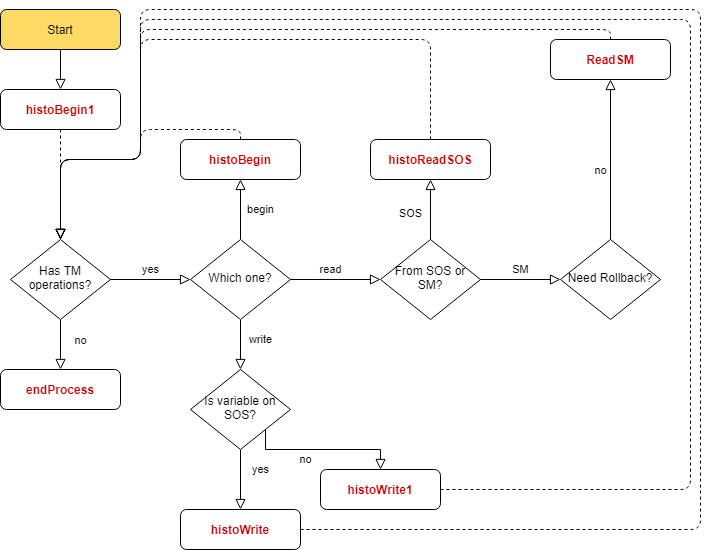
Earlier version of the draw.io export flowchart.png (anonn34968/gtsfortm). Source tidied: cells renumbered, new cells last; positions are measured from the earlier drawing's top-left corner, leaving out a move shared by most shapes.
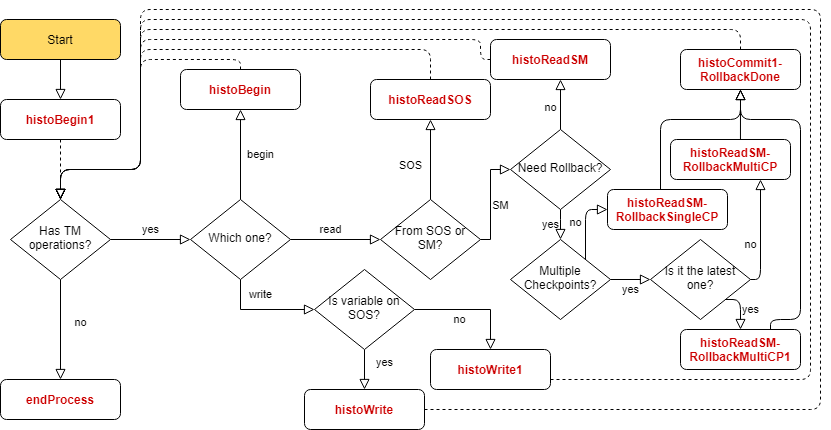
Later version of the same file.

What changed in the source:
```diff
@@ -15,7 +15,7 @@
       <mxGeometry x="-0.14" y="20" relative="1" as="geometry" />
     </mxCell>
     <mxCell id="6" value="Has TM operations?" style="rhombus;whiteSpace=wrap;html=1;shadow=0;fontFamily=Helvetica;fontSize=12;align=center;strokeWidth=1;spacing=6;spacingTop=-4;" parent="1" vertex="1">
-      <mxGeometry x="10" y="230" width="100" height="80" as="geometry" />
+      <mxGeometry x="10" y="180" width="100" height="80" as="geometry" />
     </mxCell>
     <mxCell id="7" value="endProcess" style="rounded=1;whiteSpace=wrap;html=1;fontSize=12;glass=0;strokeWidth=1;shadow=0;fontStyle=1;fontColor=#CC0000;" parent="1" vertex="1">
       <mxGeometry y="360" width="120" height="40" as="geometry" />
@@ -23,54 +23,63 @@
     <mxCell id="8" value="read" style="edgeStyle=orthogonalEdgeStyle;rounded=0;jettySize=auto;html=1;shadow=0;labelBackgroundColor=none;fontColor=#000000;endArrow=block;endFill=0;endSize=8;strokeWidth=1;" parent="1" edge="1" source="11" target="14">
       <mxGeometry x="-0.11" y="10" relative="1" as="geometry" />
     </mxCell>
-    <mxCell id="9" value="write" style="edgeStyle=orthogonalEdgeStyle;rounded=0;jettySize=auto;html=1;shadow=0;labelBackgroundColor=none;fontColor=#000000;endArrow=block;endFill=0;endSize=8;strokeWidth=1;" parent="1" edge="1" source="11" target="17">
-      <mxGeometry x="-0.2" y="20" relative="1" as="geometry" />
+    <mxCell id="9" value="write" style="edgeStyle=orthogonalEdgeStyle;rounded=0;jettySize=auto;html=1;shadow=0;labelBackgroundColor=none;fontColor=#000000;endArrow=block;endFill=0;endSize=8;strokeWidth=1;entryX=0;entryY=0.5;entryDx=0;entryDy=0;" parent="1" edge="1" source="11" target="17">
+      <mxGeometry x="-0.71" y="20" relative="1" as="geometry">
+        <Array as="points">
+          <mxPoint x="240" y="290" />
+        </Array>
+      </mxGeometry>
     </mxCell>
     <mxCell id="10" value="begin" style="edgeStyle=orthogonalEdgeStyle;rounded=0;jettySize=auto;html=1;shadow=0;labelBackgroundColor=none;endArrow=block;endFill=0;endSize=8;strokeColor=#000000;strokeWidth=1;entryX=0.5;entryY=1;entryDx=0;entryDy=0;" parent="1" edge="1" source="11" target="31">
       <mxGeometry y="-20" relative="1" as="geometry" />
     </mxCell>
     <mxCell id="11" value="Which one?" style="rhombus;whiteSpace=wrap;html=1;shadow=0;fontFamily=Helvetica;fontSize=12;align=center;strokeWidth=1;spacing=6;spacingTop=-4;" parent="1" vertex="1">
-      <mxGeometry x="190" y="230" width="100" height="80" as="geometry" />
+      <mxGeometry x="190" y="180" width="100" height="80" as="geometry" />
     </mxCell>
     <mxCell id="12" value="SOS" style="edgeStyle=orthogonalEdgeStyle;rounded=0;jettySize=auto;html=1;shadow=0;labelBackgroundColor=none;fontColor=#000000;endArrow=block;endFill=0;endSize=8;strokeWidth=1;exitX=0.5;exitY=0;exitDx=0;exitDy=0;" parent="1" edge="1" source="14" target="21">
       <mxGeometry x="-0.14" y="20" relative="1" as="geometry" />
     </mxCell>
     <mxCell id="13" value="SM" style="edgeStyle=orthogonalEdgeStyle;rounded=0;jettySize=auto;html=1;shadow=0;labelBackgroundColor=none;fontColor=#000000;endArrow=block;endFill=0;endSize=8;strokeWidth=1;" parent="1" edge="1" source="14" target="23">
-      <mxGeometry y="10" relative="1" as="geometry" />
+      <mxGeometry x="-0.11" y="-10" relative="1" as="geometry">
+        <Array as="points">
+          <mxPoint x="490" y="220" />
+          <mxPoint x="490" y="150" />
+        </Array>
+      </mxGeometry>
     </mxCell>
     <mxCell id="14" value="From SOS or SM?" style="rhombus;whiteSpace=wrap;html=1;shadow=0;fontFamily=Helvetica;fontSize=12;align=center;strokeWidth=1;spacing=6;spacingTop=-4;" parent="1" vertex="1">
-      <mxGeometry x="380" y="230" width="100" height="80" as="geometry" />
+      <mxGeometry x="380" y="180" width="100" height="80" as="geometry" />
     </mxCell>
     <mxCell id="15" value="yes" style="edgeStyle=orthogonalEdgeStyle;rounded=0;jettySize=auto;html=1;shadow=0;labelBackgroundColor=none;endArrow=block;endFill=0;endSize=8;strokeWidth=1;" parent="1" edge="1" source="17" target="27">
       <mxGeometry x="-0.33" y="20" relative="1" as="geometry" />
     </mxCell>
-    <mxCell id="16" value="no" style="edgeStyle=orthogonalEdgeStyle;rounded=0;jettySize=auto;html=1;exitX=1;exitY=1;exitDx=0;exitDy=0;entryX=0.5;entryY=0;entryDx=0;entryDy=0;shadow=0;labelBackgroundColor=none;fontColor=#000000;endArrow=block;endFill=0;endSize=8;strokeWidth=1;" parent="1" edge="1" source="17" target="29">
+    <mxCell id="16" value="no" style="edgeStyle=orthogonalEdgeStyle;rounded=0;jettySize=auto;html=1;exitX=1;exitY=0.5;exitDx=0;exitDy=0;entryX=0.5;entryY=0;entryDx=0;entryDy=0;shadow=0;labelBackgroundColor=none;fontColor=#000000;endArrow=block;endFill=0;endSize=8;strokeWidth=1;" parent="1" edge="1" source="17" target="29">
       <mxGeometry x="-0.23" y="-10" relative="1" as="geometry">
         <Array as="points">
-          <mxPoint x="265" y="440" />
-          <mxPoint x="380" y="440" />
+          <mxPoint x="490" y="290" />
         </Array>
       </mxGeometry>
     </mxCell>
     <mxCell id="17" value="Is variable on SOS?" style="rhombus;whiteSpace=wrap;html=1;shadow=0;fontFamily=Helvetica;fontSize=12;align=center;strokeWidth=1;spacing=6;spacingTop=-4;" parent="1" vertex="1">
-      <mxGeometry x="190" y="360" width="100" height="80" as="geometry" />
+      <mxGeometry x="314" y="250" width="100" height="80" as="geometry" />
     </mxCell>
-    <mxCell id="18" style="edgeStyle=orthogonalEdgeStyle;rounded=1;jettySize=auto;html=1;shadow=0;labelBackgroundColor=none;fontColor=#CC0000;endArrow=block;endFill=0;endSize=8;strokeWidth=1;entryX=0.5;entryY=0;entryDx=0;entryDy=0;dashed=1;" parent="1" edge="1" source="19" target="6">
+    <mxCell id="18" style="edgeStyle=orthogonalEdgeStyle;rounded=1;jettySize=auto;html=1;shadow=0;labelBackgroundColor=none;fontColor=#CC0000;endArrow=block;endFill=0;endSize=8;strokeWidth=1;entryX=0.5;entryY=0;entryDx=0;entryDy=0;dashed=1;exitX=0;exitY=0.5;exitDx=0;exitDy=0;" parent="1" edge="1" source="19" target="6">
       <mxGeometry relative="1" as="geometry">
         <Array as="points">
-          <mxPoint x="610" y="20" />
+          <mxPoint x="480" y="40" />
+          <mxPoint x="480" y="20" />
           <mxPoint x="140" y="20" />
           <mxPoint x="140" y="150" />
           <mxPoint x="60" y="150" />
         </Array>
       </mxGeometry>
     </mxCell>
-    <mxCell id="19" value="ReadSM" style="rounded=1;whiteSpace=wrap;html=1;fontSize=12;glass=0;strokeWidth=1;shadow=0;fontColor=#CC0000;fontStyle=1;" parent="1" vertex="1">
-      <mxGeometry x="550" y="30" width="120" height="40" as="geometry" />
+    <mxCell id="19" value="histoReadSM" style="rounded=1;whiteSpace=wrap;html=1;fontSize=12;glass=0;strokeWidth=1;shadow=0;fontColor=#CC0000;fontStyle=1;" parent="1" vertex="1">
+      <mxGeometry x="490" y="20" width="120" height="40" as="geometry" />
     </mxCell>
     <mxCell id="20" style="edgeStyle=orthogonalEdgeStyle;rounded=1;jettySize=auto;html=1;shadow=0;dashed=1;labelBackgroundColor=none;fontColor=#CC0000;endArrow=block;endFill=0;endSize=8;strokeWidth=1;" parent="1" edge="1" source="21">
       <mxGeometry relative="1" as="geometry">
-        <mxPoint x="60" y="230" as="targetPoint" />
+        <mxPoint x="60" y="180" as="targetPoint" />
         <Array as="points">
           <mxPoint x="430" y="30" />
           <mxPoint x="140" y="30" />
@@ -80,13 +89,21 @@
       </mxGeometry>
     </mxCell>
     <mxCell id="21" value="histoReadSOS" style="rounded=1;whiteSpace=wrap;html=1;fontSize=12;glass=0;strokeWidth=1;shadow=0;fontStyle=1;fontColor=#CC0000;" parent="1" vertex="1">
-      <mxGeometry x="370" y="130" width="120" height="40" as="geometry" />
+      <mxGeometry x="370" y="60" width="120" height="40" as="geometry" />
     </mxCell>
     <mxCell id="22" value="no" style="edgeStyle=orthogonalEdgeStyle;rounded=0;jettySize=auto;html=1;shadow=0;labelBackgroundColor=none;fontColor=#000000;endArrow=block;endFill=0;endSize=8;strokeWidth=1;" parent="1" edge="1" source="23" target="19">
-      <mxGeometry x="-0.14" y="10" relative="1" as="geometry" />
+      <mxGeometry x="-0.14" y="10" relative="1" as="geometry">
+        <Array as="points">
+          <mxPoint x="560" y="70" />
+          <mxPoint x="560" y="70" />
+        </Array>
+      </mxGeometry>
     </mxCell>
+    <mxCell id="32" value="yes" style="edgeStyle=orthogonalEdgeStyle;rounded=1;jettySize=auto;html=1;shadow=0;labelBackgroundColor=none;fontColor=#000000;endArrow=block;endFill=0;endSize=8;strokeColor=#000000;strokeWidth=1;" parent="1" edge="1" source="23" target="35">
+      <mxGeometry y="10" relative="1" as="geometry" />
+    </mxCell>
     <mxCell id="23" value="Need Rollback?" style="rhombus;whiteSpace=wrap;html=1;shadow=0;fontFamily=Helvetica;fontSize=12;align=center;strokeWidth=1;spacing=6;spacingTop=-4;" parent="1" vertex="1">
-      <mxGeometry x="560" y="230" width="100" height="80" as="geometry" />
+      <mxGeometry x="510" y="110" width="100" height="80" as="geometry" />
     </mxCell>
     <mxCell id="24" style="edgeStyle=orthogonalEdgeStyle;rounded=1;jettySize=auto;html=1;shadow=0;dashed=1;labelBackgroundColor=none;fontColor=#000000;endArrow=block;endFill=0;endSize=8;strokeColor=#000000;strokeWidth=1;" parent="1" edge="1" source="25" target="6">
       <mxGeometry relative="1" as="geometry" />
@@ -96,45 +113,116 @@
     </mxCell>
     <mxCell id="26" style="edgeStyle=orthogonalEdgeStyle;rounded=1;jettySize=auto;html=1;exitX=1;exitY=0.5;exitDx=0;exitDy=0;shadow=0;dashed=1;labelBackgroundColor=none;fontColor=#CC0000;endArrow=block;endFill=0;endSize=8;strokeWidth=1;" parent="1" edge="1" source="27">
       <mxGeometry relative="1" as="geometry">
-        <mxPoint x="60" y="230" as="targetPoint" />
+        <mxPoint x="60" y="180" as="targetPoint" />
         <Array as="points">
-          <mxPoint x="700" y="520" />
-          <mxPoint x="700" />
-          <mxPoint x="140" />
+          <mxPoint x="820" y="390" />
+          <mxPoint x="820" y="-10" />
+          <mxPoint x="140" y="-10" />
           <mxPoint x="140" y="150" />
           <mxPoint x="60" y="150" />
         </Array>
       </mxGeometry>
     </mxCell>
     <mxCell id="27" value="histoWrite" style="rounded=1;whiteSpace=wrap;html=1;fontSize=12;glass=0;strokeWidth=1;shadow=0;fontColor=#CC0000;fontStyle=1;" parent="1" vertex="1">
-      <mxGeometry x="180" y="500" width="120" height="40" as="geometry" />
+      <mxGeometry x="304" y="370" width="120" height="40" as="geometry" />
     </mxCell>
-    <mxCell id="28" style="edgeStyle=orthogonalEdgeStyle;rounded=1;jettySize=auto;html=1;exitX=1;exitY=0.5;exitDx=0;exitDy=0;entryX=0.5;entryY=0;entryDx=0;entryDy=0;shadow=0;dashed=1;labelBackgroundColor=none;fontColor=#CC0000;endArrow=block;endFill=0;endSize=8;strokeWidth=1;" parent="1" edge="1" source="29" target="6">
+    <mxCell id="28" style="edgeStyle=orthogonalEdgeStyle;rounded=1;jettySize=auto;html=1;entryX=0.5;entryY=0;entryDx=0;entryDy=0;shadow=0;dashed=1;labelBackgroundColor=none;fontColor=#CC0000;endArrow=block;endFill=0;endSize=8;strokeWidth=1;" parent="1" edge="1" target="6">
       <mxGeometry relative="1" as="geometry">
+        <mxPoint x="550" y="360" as="sourcePoint" />
         <Array as="points">
-          <mxPoint x="690" y="480" />
-          <mxPoint x="690" y="10" />
-          <mxPoint x="140" y="10" />
+          <mxPoint x="550" y="360" />
+          <mxPoint x="810" y="360" />
+          <mxPoint x="810" />
+          <mxPoint x="140" />
           <mxPoint x="140" y="150" />
           <mxPoint x="60" y="150" />
         </Array>
       </mxGeometry>
     </mxCell>
     <mxCell id="29" value="histoWrite1" style="rounded=1;whiteSpace=wrap;html=1;fontSize=12;glass=0;strokeWidth=1;shadow=0;fontColor=#CC0000;fontStyle=1;" parent="1" vertex="1">
-      <mxGeometry x="320" y="460" width="120" height="40" as="geometry" />
+      <mxGeometry x="430" y="330" width="120" height="40" as="geometry" />
     </mxCell>
     <mxCell id="30" style="edgeStyle=orthogonalEdgeStyle;rounded=1;jettySize=auto;html=1;entryX=0.5;entryY=0;entryDx=0;entryDy=0;shadow=0;labelBackgroundColor=none;fontColor=#000000;endArrow=block;endFill=0;endSize=8;strokeWidth=1;dashed=1;" parent="1" edge="1" source="31" target="6">
       <mxGeometry relative="1" as="geometry">
         <Array as="points">
-          <mxPoint x="240" y="120" />
-          <mxPoint x="140" y="120" />
+          <mxPoint x="240" y="40" />
+          <mxPoint x="140" y="40" />
           <mxPoint x="140" y="150" />
           <mxPoint x="60" y="150" />
         </Array>
       </mxGeometry>
     </mxCell>
     <mxCell id="31" value="histoBegin" style="rounded=1;whiteSpace=wrap;html=1;fontSize=12;glass=0;strokeWidth=1;shadow=0;fontStyle=1;fontColor=#CC0000;" parent="1" vertex="1">
-      <mxGeometry x="180" y="130" width="120" height="40" as="geometry" />
+      <mxGeometry x="180" y="50" width="120" height="40" as="geometry" />
     </mxCell>
+    <mxCell id="33" value="yes" style="edgeStyle=orthogonalEdgeStyle;rounded=1;jettySize=auto;html=1;shadow=0;labelBackgroundColor=none;fontColor=#000000;endArrow=block;endFill=0;endSize=8;strokeColor=#000000;strokeWidth=1;" parent="1" edge="1" source="35" target="38">
+      <mxGeometry y="-10" relative="1" as="geometry" />
+    </mxCell>
+    <mxCell id="34" value="no" style="edgeStyle=orthogonalEdgeStyle;rounded=1;jettySize=auto;html=1;exitX=1;exitY=0;exitDx=0;exitDy=0;entryX=0;entryY=0.5;entryDx=0;entryDy=0;shadow=0;labelBackgroundColor=none;fontColor=#000000;endArrow=block;endFill=0;endSize=8;strokeColor=#000000;strokeWidth=1;" parent="1" edge="1" source="35" target="40">
+      <mxGeometry x="0.03" y="10" relative="1" as="geometry" />
+    </mxCell>
+    <mxCell id="35" value="Multiple Checkpoints?" style="rhombus;whiteSpace=wrap;html=1;shadow=0;fontFamily=Helvetica;fontSize=12;align=center;strokeWidth=1;spacing=6;spacingTop=-4;" parent="1" vertex="1">
+      <mxGeometry x="510" y="220" width="100" height="80" as="geometry" />
+    </mxCell>
+    <mxCell id="36" value="no" style="edgeStyle=orthogonalEdgeStyle;rounded=1;jettySize=auto;html=1;exitX=1;exitY=0.5;exitDx=0;exitDy=0;entryX=0.75;entryY=1;entryDx=0;entryDy=0;shadow=0;labelBackgroundColor=none;fontColor=#000000;endArrow=block;endFill=0;endSize=8;strokeColor=#000000;strokeWidth=1;" parent="1" edge="1" source="38" target="42">
+      <mxGeometry x="-0.18" y="10" relative="1" as="geometry">
+        <Array as="points">
+          <mxPoint x="760" y="260" />
+        </Array>
+      </mxGeometry>
+    </mxCell>
+    <mxCell id="37" value="yes" style="edgeStyle=orthogonalEdgeStyle;rounded=1;jettySize=auto;html=1;exitX=1;exitY=1;exitDx=0;exitDy=0;shadow=0;labelBackgroundColor=none;fontColor=#000000;endArrow=block;endFill=0;endSize=8;strokeColor=#000000;strokeWidth=1;" parent="1" edge="1" source="38" target="44">
+      <mxGeometry x="0.11" y="10" relative="1" as="geometry">
+        <Array as="points">
+          <mxPoint x="740" y="280" />
+        </Array>
+      </mxGeometry>
+    </mxCell>
+    <mxCell id="38" value="Is it the latest one?" style="rhombus;whiteSpace=wrap;html=1;shadow=0;fontFamily=Helvetica;fontSize=12;align=center;strokeWidth=1;spacing=6;spacingTop=-4;" parent="1" vertex="1">
+      <mxGeometry x="650" y="220" width="100" height="80" as="geometry" />
+    </mxCell>
+    <mxCell id="39" style="edgeStyle=orthogonalEdgeStyle;rounded=1;jettySize=auto;html=1;shadow=0;labelBackgroundColor=none;fontColor=#000000;endArrow=block;endFill=0;endSize=8;strokeColor=#000000;strokeWidth=1;" parent="1" edge="1" source="40" target="46">
+      <mxGeometry relative="1" as="geometry">
+        <Array as="points">
+          <mxPoint x="660" y="100" />
+          <mxPoint x="740" y="100" />
+        </Array>
+      </mxGeometry>
+    </mxCell>
+    <mxCell id="40" value="histoReadSM-RollbackSingleCP" style="rounded=1;whiteSpace=wrap;html=1;fontSize=12;glass=0;strokeWidth=1;shadow=0;fontColor=#CC0000;fontStyle=1;" parent="1" vertex="1">
+      <mxGeometry x="607" y="170" width="120" height="40" as="geometry" />
+    </mxCell>
+    <mxCell id="41" style="edgeStyle=orthogonalEdgeStyle;rounded=1;jettySize=auto;html=1;exitX=0.583;exitY=0.012;exitDx=0;exitDy=0;entryX=0.5;entryY=1;entryDx=0;entryDy=0;shadow=0;labelBackgroundColor=none;fontColor=#000000;endArrow=block;endFill=0;endSize=8;strokeColor=#000000;strokeWidth=1;exitPerimeter=0;" parent="1" edge="1" source="42" target="46">
+      <mxGeometry relative="1" as="geometry" />
+    </mxCell>
+    <mxCell id="42" value="histoReadSM-RollbackMultiCP" style="rounded=1;whiteSpace=wrap;html=1;fontSize=12;glass=0;strokeWidth=1;shadow=0;fontColor=#CC0000;fontStyle=1;" parent="1" vertex="1">
+      <mxGeometry x="670" y="120" width="120" height="40" as="geometry" />
+    </mxCell>
+    <mxCell id="43" style="edgeStyle=orthogonalEdgeStyle;rounded=1;jettySize=auto;html=1;entryX=0.5;entryY=1;entryDx=0;entryDy=0;shadow=0;labelBackgroundColor=none;fontColor=#000000;endArrow=block;endFill=0;endSize=8;strokeColor=#000000;strokeWidth=1;exitX=0.75;exitY=0;exitDx=0;exitDy=0;" parent="1" edge="1" source="44" target="46">
+      <mxGeometry relative="1" as="geometry">
+        <Array as="points">
+          <mxPoint x="770" y="300" />
+          <mxPoint x="800" y="300" />
+          <mxPoint x="800" y="100" />
+          <mxPoint x="740" y="100" />
+        </Array>
+      </mxGeometry>
+    </mxCell>
+    <mxCell id="44" value="histoReadSM-RollbackMultiCP1" style="rounded=1;whiteSpace=wrap;html=1;fontSize=12;glass=0;strokeWidth=1;shadow=0;fontColor=#CC0000;fontStyle=1;" parent="1" vertex="1">
+      <mxGeometry x="680" y="310" width="120" height="40" as="geometry" />
+    </mxCell>
+    <mxCell id="45" style="edgeStyle=orthogonalEdgeStyle;rounded=1;jettySize=auto;html=1;entryX=0.5;entryY=0;entryDx=0;entryDy=0;shadow=0;labelBackgroundColor=none;fontColor=#000000;endArrow=block;endFill=0;endSize=8;strokeColor=#000000;strokeWidth=1;dashed=1;" parent="1" edge="1" source="46" target="6">
+      <mxGeometry relative="1" as="geometry">
+        <Array as="points">
+          <mxPoint x="740" y="10" />
+          <mxPoint x="140" y="10" />
+          <mxPoint x="140" y="150" />
+          <mxPoint x="60" y="150" />
+        </Array>
+      </mxGeometry>
+    </mxCell>
+    <mxCell id="46" value="histoCommit1-RollbackDone" style="rounded=1;whiteSpace=wrap;html=1;fontSize=12;glass=0;strokeWidth=1;shadow=0;fontColor=#CC0000;fontStyle=1;" parent="1" vertex="1">
+      <mxGeometry x="680" y="30" width="120" height="40" as="geometry" />
+    </mxCell>
   </root>
 </mxGraphModel>
```
